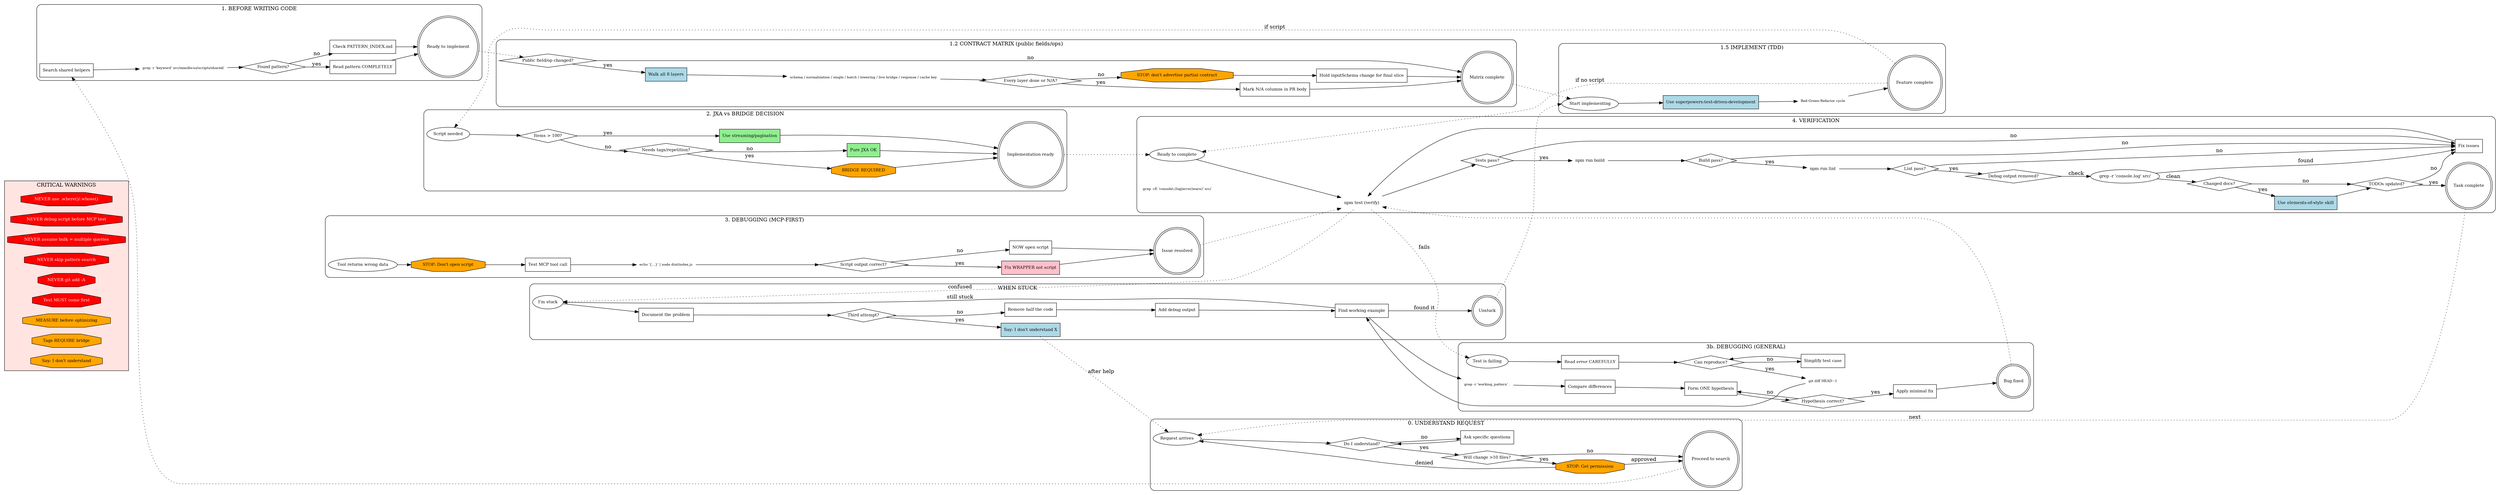
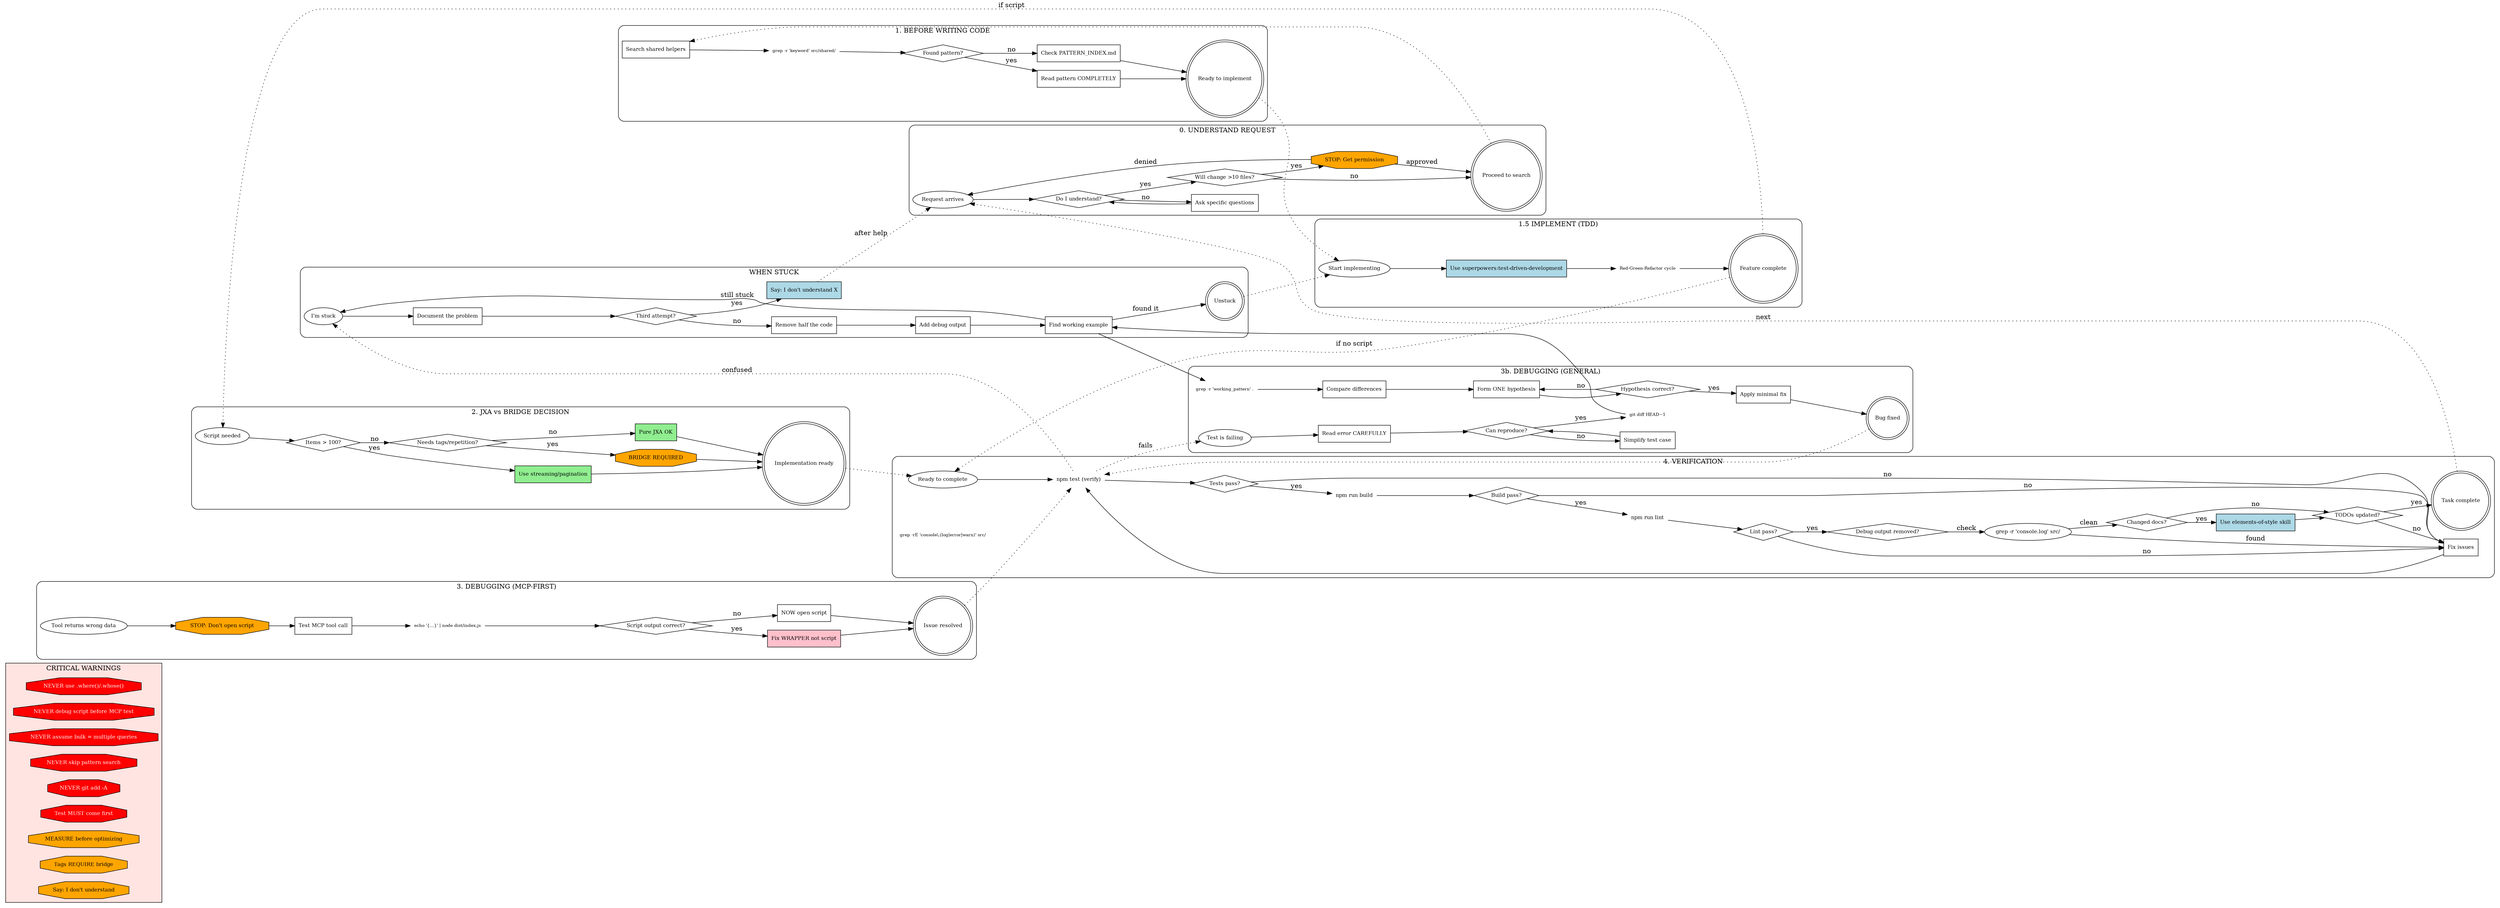
// OmniFocus MCP Server - Claude Process Workflows
//
// To regenerate PNG:
//   dot -Tpng -Gdpi=120 .claude/processes/CLAUDE-PROCESSES.dot -o .claude/processes/CLAUDE-PROCESSES.png
//
// Style Guide:
//   ellipse      = entry points / states
//   diamond      = decisions
//   box          = actions to take
//   plaintext    = commands to run
//   octagon      = STOP/warnings (orange=caution, red=NEVER)
//   doublecircle = completion states
//   dotted edges = cross-process transitions

digraph CLAUDE_OMNIFOCUS {
    rankdir=LR;
    compound=true;
    node [fontsize=11];

    // =========================================================
    // CLUSTER: Critical Warnings
    // =========================================================
    subgraph cluster_warnings {
        label="CRITICAL WARNINGS";
        style=filled;
        fillcolor=mistyrose;

        // Project-specific (red = NEVER)
        "NEVER use .where()/.whose()" [shape=octagon, style=filled, fillcolor=red, fontcolor=white];
        "NEVER debug script before MCP test" [shape=octagon, style=filled, fillcolor=red, fontcolor=white];
        "NEVER assume bulk = multiple queries" [shape=octagon, style=filled, fillcolor=red, fontcolor=white];
        "NEVER skip pattern search" [shape=octagon, style=filled, fillcolor=red, fontcolor=white];

        // Generic best practices (red = NEVER)
        "NEVER git add -A" [shape=octagon, style=filled, fillcolor=red, fontcolor=white];
        "Test MUST come first" [shape=octagon, style=filled, fillcolor=red, fontcolor=white];

        // Cautions (orange = STOP and think)
        "MEASURE before optimizing" [shape=octagon, style=filled, fillcolor=orange];
        "Tags REQUIRE bridge" [shape=octagon, style=filled, fillcolor=orange];
        "Say: I don't understand" [shape=octagon, style=filled, fillcolor=orange];
    }

    // =========================================================
    // CLUSTER: Understanding Check (from Jesse)
    // =========================================================
    subgraph cluster_understand {
        label="0. UNDERSTAND REQUEST";
        style=rounded;

        "Request arrives" [shape=ellipse];
        "Do I understand?" [shape=diamond];
        "Ask specific questions" [shape=box];
        "Will change >10 files?" [shape=diamond];
        "STOP: Get permission" [shape=octagon, style=filled, fillcolor=orange];
        "Proceed to search" [shape=doublecircle];

        "Request arrives" -> "Do I understand?";
        "Do I understand?" -> "Ask specific questions" [label="no"];
        "Ask specific questions" -> "Do I understand?";
        "Do I understand?" -> "Will change >10 files?" [label="yes"];
        "Will change >10 files?" -> "STOP: Get permission" [label="yes"];
        "Will change >10 files?" -> "Proceed to search" [label="no"];
        "STOP: Get permission" -> "Request arrives" [label="denied"];
        "STOP: Get permission" -> "Proceed to search" [label="approved"];
    }

    // =========================================================
    // CLUSTER: Pre-Code Search (Before Writing ANY Code)
    // =========================================================
    subgraph cluster_pre_code {
        label="1. BEFORE WRITING CODE";
        style=rounded;

        "Search shared helpers" [shape=box];
-         "grep -r 'keyword' src/omnifocus/scripts/shared/" [shape=plaintext, fontsize=9];
+         "grep -r 'keyword' src/shared/" [shape=plaintext, fontsize=9];
        "Found pattern?" [shape=diamond];
        "Read pattern COMPLETELY" [shape=box];
        "Check PATTERN_INDEX.md" [shape=box];
        "Ready to implement" [shape=doublecircle];

-         "Search shared helpers" -> "grep -r 'keyword' src/omnifocus/scripts/shared/";
-         "grep -r 'keyword' src/omnifocus/scripts/shared/" -> "Found pattern?";
+         "Search shared helpers" -> "grep -r 'keyword' src/shared/";
+         "grep -r 'keyword' src/shared/" -> "Found pattern?";
        "Found pattern?" -> "Read pattern COMPLETELY" [label="yes"];
        "Found pattern?" -> "Check PATTERN_INDEX.md" [label="no"];
        "Read pattern COMPLETELY" -> "Ready to implement";
        "Check PATTERN_INDEX.md" -> "Ready to implement";
-     }
- 
-     // =========================================================
-     // CLUSTER: Vertical Contract Matrix (public fields/operations)
-     // See CLAUDE.md "Vertical Contract Matrix" for layer anchors.
-     // =========================================================
-     subgraph cluster_contract_matrix {
-         label="1.2 CONTRACT MATRIX (public fields/ops)";
-         style=rounded;
-         fillcolor=lavender;
- 
-         "Public field/op changed?" [shape=diamond];
-         "Walk all 8 layers" [shape=box, style=filled, fillcolor=lightblue];
-         "schema / normalization / single / batch / lowering / live bridge / response / cache key" [shape=plaintext, fontsize=9];
-         "Every layer done or N/A?" [shape=diamond];
-         "Mark N/A columns in PR body" [shape=box];
-         "STOP: don't advertise partial contract" [shape=octagon, style=filled, fillcolor=orange];
-         "Hold inputSchema change for final slice" [shape=box];
-         "Matrix complete" [shape=doublecircle];
- 
-         "Public field/op changed?" -> "Walk all 8 layers" [label="yes"];
-         "Public field/op changed?" -> "Matrix complete" [label="no"];
-         "Walk all 8 layers" -> "schema / normalization / single / batch / lowering / live bridge / response / cache key";
-         "schema / normalization / single / batch / lowering / live bridge / response / cache key" -> "Every layer done or N/A?";
-         "Every layer done or N/A?" -> "Mark N/A columns in PR body" [label="yes"];
-         "Every layer done or N/A?" -> "STOP: don't advertise partial contract" [label="no"];
-         "STOP: don't advertise partial contract" -> "Hold inputSchema change for final slice";
-         "Hold inputSchema change for final slice" -> "Matrix complete";
-         "Mark N/A columns in PR body" -> "Matrix complete";
    }

    // =========================================================
    // CLUSTER: Implementation (TDD via skill)
    // =========================================================
    subgraph cluster_implement {
        label="1.5 IMPLEMENT (TDD)";
        style=rounded;
        fillcolor=lightcyan;

        "Start implementing" [shape=ellipse];
        "Use superpowers:test-driven-development" [shape=box, style=filled, fillcolor=lightblue];
        "Red-Green-Refactor cycle" [shape=plaintext, fontsize=9];
        "Feature complete" [shape=doublecircle];

        "Start implementing" -> "Use superpowers:test-driven-development";
        "Use superpowers:test-driven-development" -> "Red-Green-Refactor cycle";
        "Red-Green-Refactor cycle" -> "Feature complete";
    }

    // =========================================================
    // CLUSTER: JXA vs Bridge Decision
    // =========================================================
    subgraph cluster_jxa_bridge {
        label="2. JXA vs BRIDGE DECISION";
        style=rounded;

        "Script needed" [shape=ellipse];
        "Items > 100?" [shape=diamond];
        "Needs tags/repetition?" [shape=diamond];
        "Use streaming/pagination" [shape=box, style=filled, fillcolor=lightgreen];
        "BRIDGE REQUIRED" [shape=octagon, style=filled, fillcolor=orange];
        "Pure JXA OK" [shape=box, style=filled, fillcolor=lightgreen];
        "Implementation ready" [shape=doublecircle];

        "Script needed" -> "Items > 100?";
        "Items > 100?" -> "Use streaming/pagination" [label="yes"];
        "Items > 100?" -> "Needs tags/repetition?" [label="no"];
        "Needs tags/repetition?" -> "BRIDGE REQUIRED" [label="yes"];
        "Needs tags/repetition?" -> "Pure JXA OK" [label="no"];
        "Use streaming/pagination" -> "Implementation ready";
        "BRIDGE REQUIRED" -> "Implementation ready";
        "Pure JXA OK" -> "Implementation ready";
    }

    // =========================================================
    // CLUSTER: Being Stuck (from Jesse)
    // =========================================================
    subgraph cluster_stuck {
        label="WHEN STUCK";
        style=rounded;
        fillcolor=lightyellow;

        "I'm stuck" [shape=ellipse];
        "Document the problem" [shape=box];
        "Third attempt?" [shape=diamond];
        "Say: I don't understand X" [shape=box, style=filled, fillcolor=lightblue];
        "Remove half the code" [shape=box];
        "Add debug output" [shape=box];
        "Find working example" [shape=box];
        "Unstuck" [shape=doublecircle];

        "I'm stuck" -> "Document the problem";
        "Document the problem" -> "Third attempt?";
        "Third attempt?" -> "Say: I don't understand X" [label="yes"];
        "Third attempt?" -> "Remove half the code" [label="no"];
        "Say: I don't understand X" -> "Request arrives" [label="after help", style=dotted];
        "Remove half the code" -> "Add debug output";
        "Add debug output" -> "Find working example";
        "Find working example" -> "I'm stuck" [label="still stuck"];
        "Find working example" -> "Unstuck" [label="found it"];
    }

    // =========================================================
    // CLUSTER: MCP-First Debugging Workflow
    // =========================================================
    subgraph cluster_debugging {
        label="3. DEBUGGING (MCP-FIRST)";
        style=rounded;

        "Tool returns wrong data" [shape=ellipse];
        "STOP: Don't open script" [shape=octagon, style=filled, fillcolor=orange];
        "Test MCP tool call" [shape=box];
        "echo '{...}' | node dist/index.js" [shape=plaintext, fontsize=9];
        "Script output correct?" [shape=diamond];
        "Fix WRAPPER not script" [shape=box, style=filled, fillcolor=pink];
        "NOW open script" [shape=box];
        "Issue resolved" [shape=doublecircle];

        "Tool returns wrong data" -> "STOP: Don't open script";
        "STOP: Don't open script" -> "Test MCP tool call";
        "Test MCP tool call" -> "echo '{...}' | node dist/index.js";
        "echo '{...}' | node dist/index.js" -> "Script output correct?";
        "Script output correct?" -> "Fix WRAPPER not script" [label="yes"];
        "Script output correct?" -> "NOW open script" [label="no"];
        "Fix WRAPPER not script" -> "Issue resolved";
        "NOW open script" -> "Issue resolved";
    }

    // =========================================================
    // CLUSTER: General Debugging (complements MCP-first)
    // =========================================================
    subgraph cluster_general_debug {
        label="3b. DEBUGGING (GENERAL)";
        style=rounded;

        "Test is failing" [shape=ellipse];
        "Read error CAREFULLY" [shape=box];
        "Can reproduce?" [shape=diamond];
        "Simplify test case" [shape=box];
        "git diff HEAD~1" [shape=plaintext, fontsize=9];
        "Find working example" [shape=box];
        "grep -r 'working_pattern' ." [shape=plaintext, fontsize=9];
        "Compare differences" [shape=box];
        "Form ONE hypothesis" [shape=box];
        "Hypothesis correct?" [shape=diamond];
        "Apply minimal fix" [shape=box];
        "Bug fixed" [shape=doublecircle];

        "Test is failing" -> "Read error CAREFULLY";
        "Read error CAREFULLY" -> "Can reproduce?";
        "Can reproduce?" -> "Simplify test case" [label="no"];
        "Can reproduce?" -> "git diff HEAD~1" [label="yes"];
        "Simplify test case" -> "Can reproduce?";
        "git diff HEAD~1" -> "Find working example";
        "Find working example" -> "grep -r 'working_pattern' .";
        "grep -r 'working_pattern' ." -> "Compare differences";
        "Compare differences" -> "Form ONE hypothesis";
        "Form ONE hypothesis" -> "Hypothesis correct?";
        "Hypothesis correct?" -> "Apply minimal fix" [label="yes"];
        "Hypothesis correct?" -> "Form ONE hypothesis" [label="no"];
        "Apply minimal fix" -> "Bug fixed";
    }

    // =========================================================
    // CLUSTER: Verification Before Completion
    // =========================================================
    subgraph cluster_verify {
        label="4. VERIFICATION";
        style=rounded;

        "Ready to complete" [shape=ellipse];
        "npm test (verify)" [shape=plaintext];
        "Tests pass?" [shape=diamond];
        "npm run build" [shape=plaintext];
        "Build pass?" [shape=diamond];
        "npm run lint" [shape=plaintext];
        "Lint pass?" [shape=diamond];
        "Debug output removed?" [shape=diamond];
        "grep -rE 'console\\.(log|error|warn)' src/" [shape=plaintext, fontsize=9];
        "Changed docs?" [shape=diamond];
        "Use elements-of-style skill" [shape=box, style=filled, fillcolor=lightblue];
        "TODOs updated?" [shape=diamond];
        "Fix issues" [shape=box];
        "Task complete" [shape=doublecircle];

        "Ready to complete" -> "npm test (verify)";
        "npm test (verify)" -> "Tests pass?";
        "Tests pass?" -> "npm run build" [label="yes"];
        "Tests pass?" -> "Fix issues" [label="no"];
        "npm run build" -> "Build pass?";
        "Build pass?" -> "npm run lint" [label="yes"];
        "Build pass?" -> "Fix issues" [label="no"];
        "npm run lint" -> "Lint pass?";
        "Lint pass?" -> "Debug output removed?" [label="yes"];
        "Lint pass?" -> "Fix issues" [label="no"];
        "Debug output removed?" -> "grep -r 'console.log' src/" [label="check"];
        "grep -r 'console.log' src/" -> "Changed docs?" [label="clean"];
        "grep -r 'console.log' src/" -> "Fix issues" [label="found"];
        "Changed docs?" -> "Use elements-of-style skill" [label="yes"];
        "Changed docs?" -> "TODOs updated?" [label="no"];
        "Use elements-of-style skill" -> "TODOs updated?";
        "TODOs updated?" -> "Task complete" [label="yes"];
        "TODOs updated?" -> "Fix issues" [label="no"];
        "Fix issues" -> "npm test (verify)";
    }

    // =========================================================
    // Cross-process transitions (dotted lines)
    // =========================================================
    "Proceed to search" -> "Search shared helpers" [style=dotted];
-     "Ready to implement" -> "Public field/op changed?" [style=dotted];
-     "Matrix complete" -> "Start implementing" [style=dotted];
+     "Ready to implement" -> "Start implementing" [style=dotted];
    "Feature complete" -> "Script needed" [style=dotted, label="if script"];
    "Feature complete" -> "Ready to complete" [style=dotted, label="if no script"];
    "Implementation ready" -> "Ready to complete" [style=dotted];
    "Task complete" -> "Request arrives" [style=dotted, label="next"];

    // Stuck transitions
    "npm test (verify)" -> "I'm stuck" [style=dotted, label="confused"];
    "Unstuck" -> "Start implementing" [style=dotted];

    // Debugging transitions
    "npm test (verify)" -> "Test is failing" [style=dotted, label="fails"];
    "Bug fixed" -> "npm test (verify)" [style=dotted];
    "Issue resolved" -> "npm test (verify)" [style=dotted];
}
